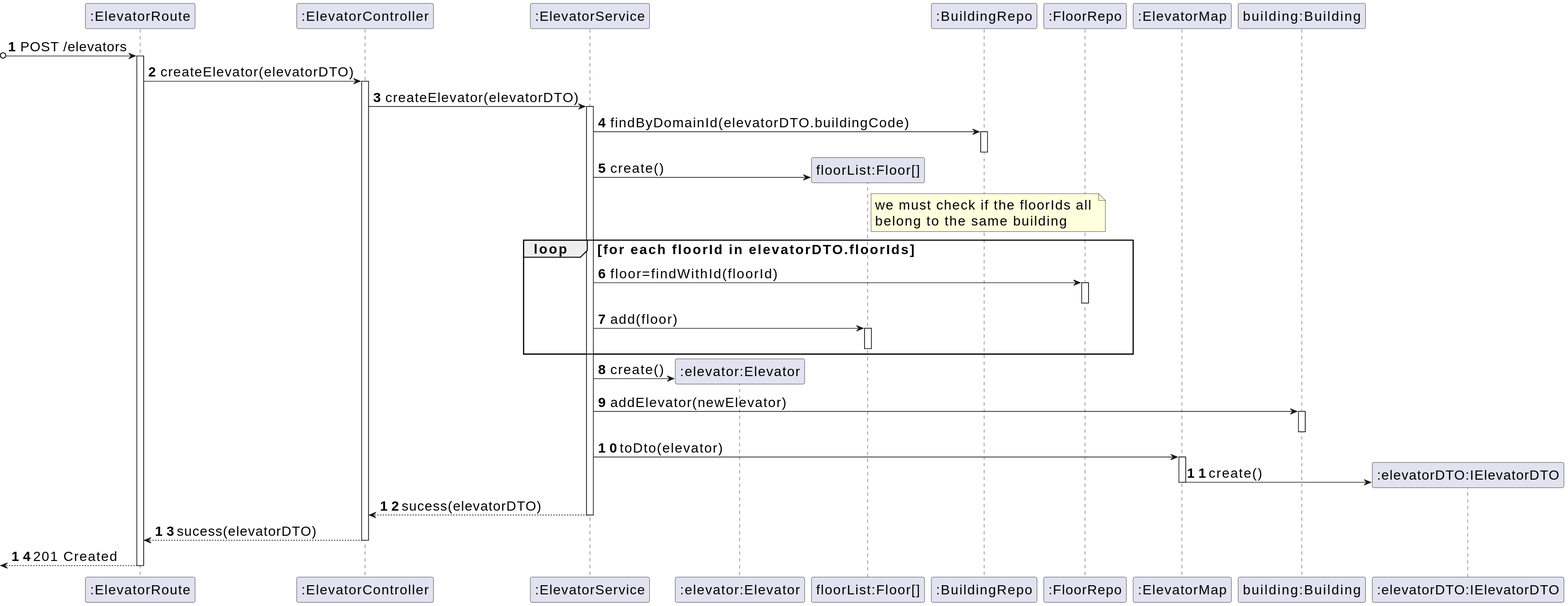
Earlier version of the PlantUML export _wiki/sprint-a/us13-270/views/level-3/assets/process-view.svg (miseEnPlace-dev/lapr5).
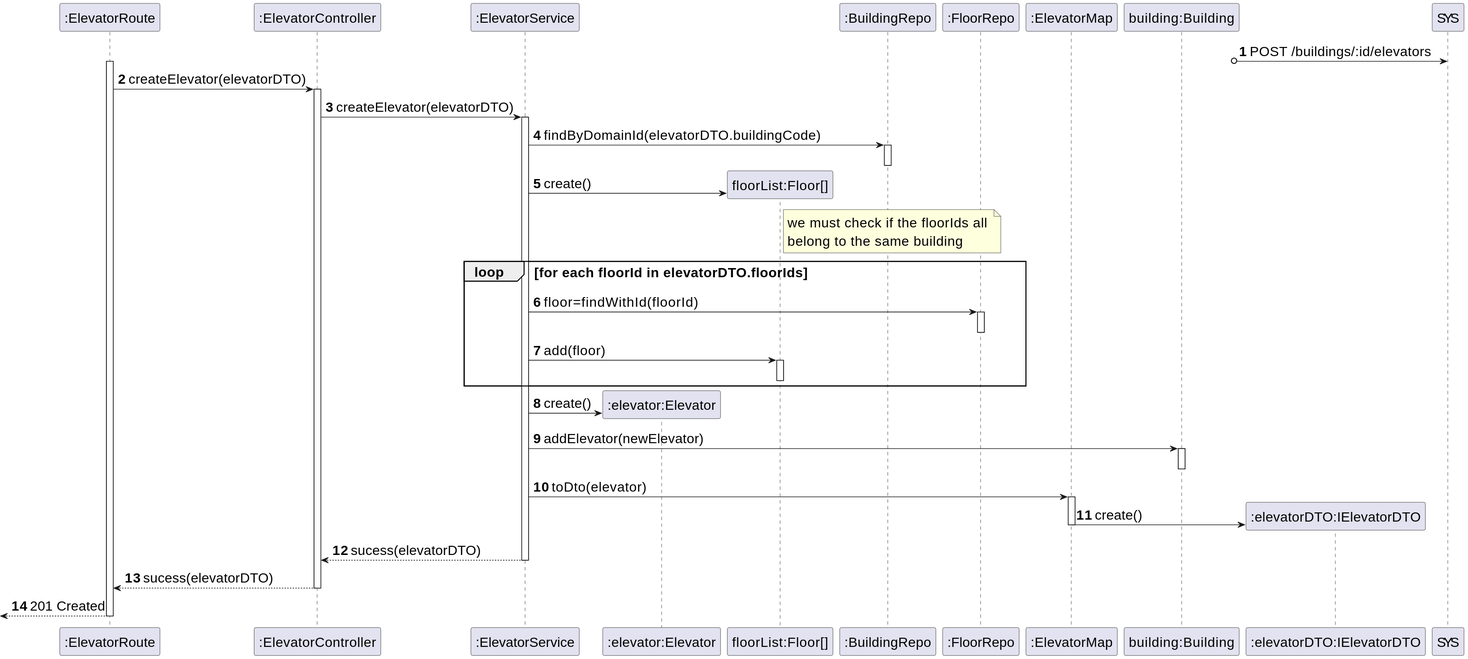
The same file after the commit.

Change to the diagram source:
```diff
@@ -12,7 +12,7 @@
 participant BUILD as "building:Building"
 participant DTO as ":elevatorDTO:IElevatorDTO"
 
-?o-> ROUTE : POST /elevators
+?o-> SYS : POST /buildings/:id/elevators
 activate ROUTE
 
 ROUTE -> CTRL : createElevator(elevatorDTO)
```
